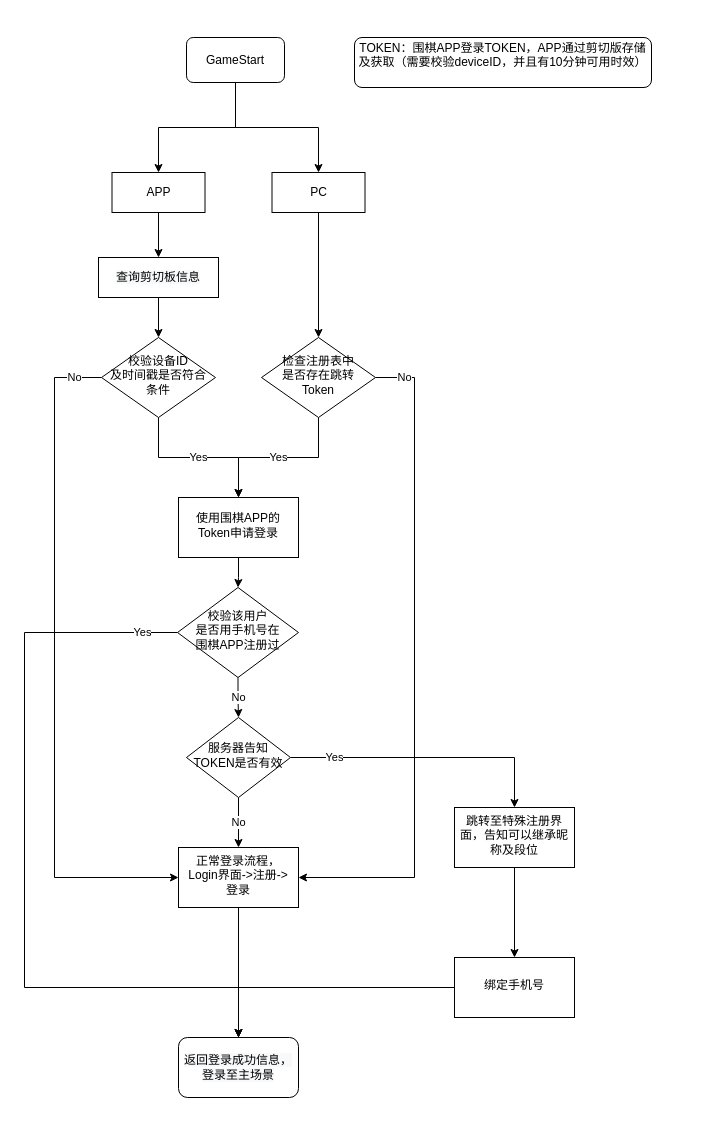
This is 未命名绘图.drawio from xueyiwen1996/draw_test, a draw.io file, before an edit. Source tidied: cells renumbered, new cells numbered last; positions are measured from the earlier drawing's top-left corner, leaving out a move shared by most shapes. Both pictures are drawn from the tidied source at 100%, with x=0, y=0 at pixel (24, 37).
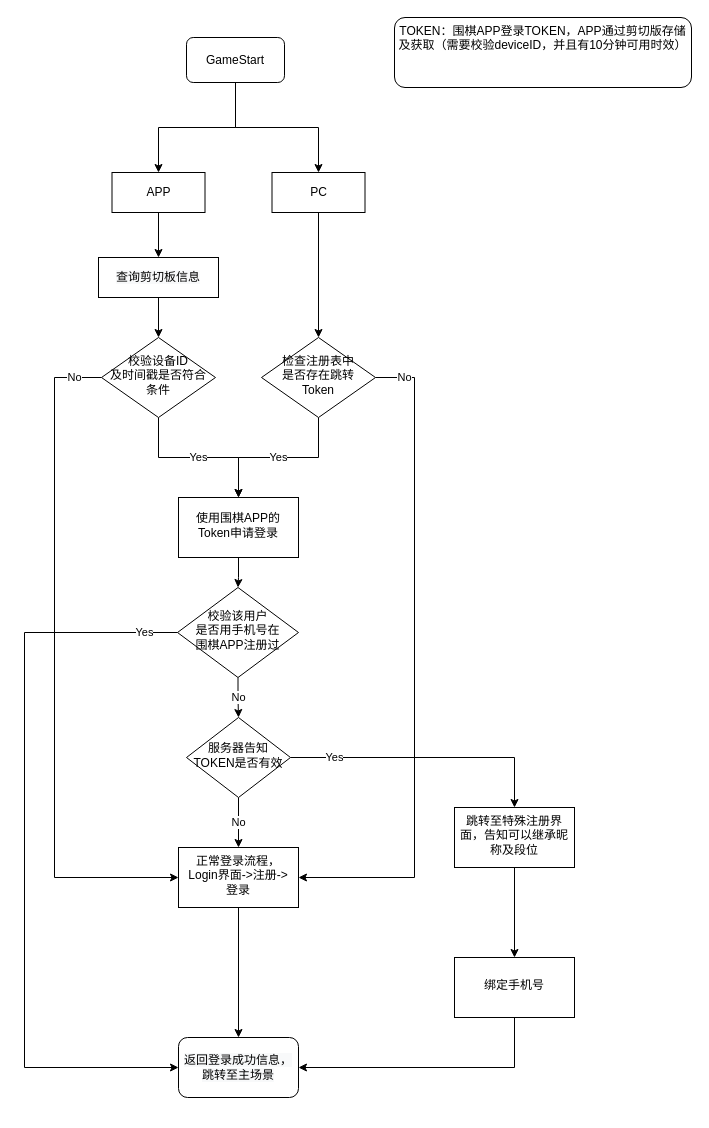
After the change.

Commit message:
APP导量登录注册流程图.drawio

The change refers to these unchanged cells:
```xml
<mxCell id="17" value="校验该用户&lt;br&gt;是否用手机号在&lt;br&gt;围棋APP注册过" style="rhombus;whiteSpace=wrap;html=1;shadow=0;strokeWidth=1;spacing=6;spacingTop=-4;" parent="1" vertex="1">
  <mxGeometry x="153" y="550" width="121" height="90" as="geometry" />
</mxCell>
<mxCell id="32" value="绑定手机号" style="whiteSpace=wrap;html=1;shadow=0;strokeWidth=1;spacing=6;spacingTop=-4;" parent="1" vertex="1">
  <mxGeometry x="430" y="920" width="120" height="60" as="geometry" />
</mxCell>
```

The edit, as a diff of the source:
```diff
@@
-    <mxCell id="16" value="Yes" style="edgeStyle=orthogonalEdgeStyle;rounded=0;jettySize=auto;html=1;entryX=0.5;entryY=0;entryDx=0;entryDy=0;" parent="1" edge="1" source="17" target="30">
+    <mxCell id="16" value="Yes" style="edgeStyle=orthogonalEdgeStyle;rounded=0;jettySize=auto;html=1;" parent="1" edge="1" source="17" target="30">
       <mxGeometry x="-0.91" relative="1" as="geometry">
         <Array as="points">
           <mxPoint y="595" />
-          <mxPoint y="950" />
-          <mxPoint x="214" y="950" />
+          <mxPoint y="1030" />
         </Array>
       </mxGeometry>
     </mxCell>
@@
-    <mxCell id="18" value="&lt;span&gt;TOKEN：围棋APP登录TOKEN，APP通过剪切版存储及获取（需要校验deviceID，并且有10分钟可用时效）&lt;br&gt;&lt;br&gt;&lt;/span&gt;" style="rounded=1;whiteSpace=wrap;html=1;" parent="1" vertex="1">
-      <mxGeometry x="330" width="297" height="50" as="geometry" />
+    <mxCell id="18" value="&lt;span&gt;TOKEN：围棋APP登录TOKEN，APP通过剪切版存储及获取（需要校验deviceID，并且有10分钟可用时效）&lt;br&gt;&lt;br&gt;&lt;br&gt;&lt;/span&gt;" style="rounded=1;whiteSpace=wrap;html=1;" parent="1" vertex="1">
+      <mxGeometry x="370" y="-20" width="297" height="70" as="geometry" />
     </mxCell>
@@
-    <mxCell id="30" value="&#10;&#10;&lt;span style=&quot;color: rgb(0, 0, 0); font-family: helvetica; font-size: 12px; font-style: normal; font-weight: 400; letter-spacing: normal; text-align: center; text-indent: 0px; text-transform: none; word-spacing: 0px; background-color: rgb(248, 249, 250); display: inline; float: none;&quot;&gt;返回登录成功信息，登录至主场景&lt;/span&gt;&#10;&#10;" style="rounded=1;whiteSpace=wrap;html=1;" parent="1" vertex="1">
+    <mxCell id="30" value="&lt;span style=&quot;color: rgb(0 , 0 , 0) ; font-family: &amp;#34;helvetica&amp;#34; ; font-size: 12px ; font-style: normal ; font-weight: 400 ; letter-spacing: normal ; text-align: center ; text-indent: 0px ; text-transform: none ; word-spacing: 0px ; background-color: rgb(248 , 249 , 250) ; display: inline ; float: none&quot;&gt;返回登录成功信息，跳转至主场景&lt;/span&gt;" style="rounded=1;whiteSpace=wrap;html=1;" parent="1" vertex="1">
       <mxGeometry x="154" y="1000" width="120" height="60" as="geometry" />
     </mxCell>
     <mxCell id="31" style="edgeStyle=orthogonalEdgeStyle;rounded=0;jettySize=auto;html=1;" parent="1" edge="1" source="32" target="30">
-      <mxGeometry relative="1" as="geometry" />
+      <mxGeometry relative="1" as="geometry">
+        <Array as="points">
+          <mxPoint x="490" y="1030" />
+        </Array>
+      </mxGeometry>
     </mxCell>
```
